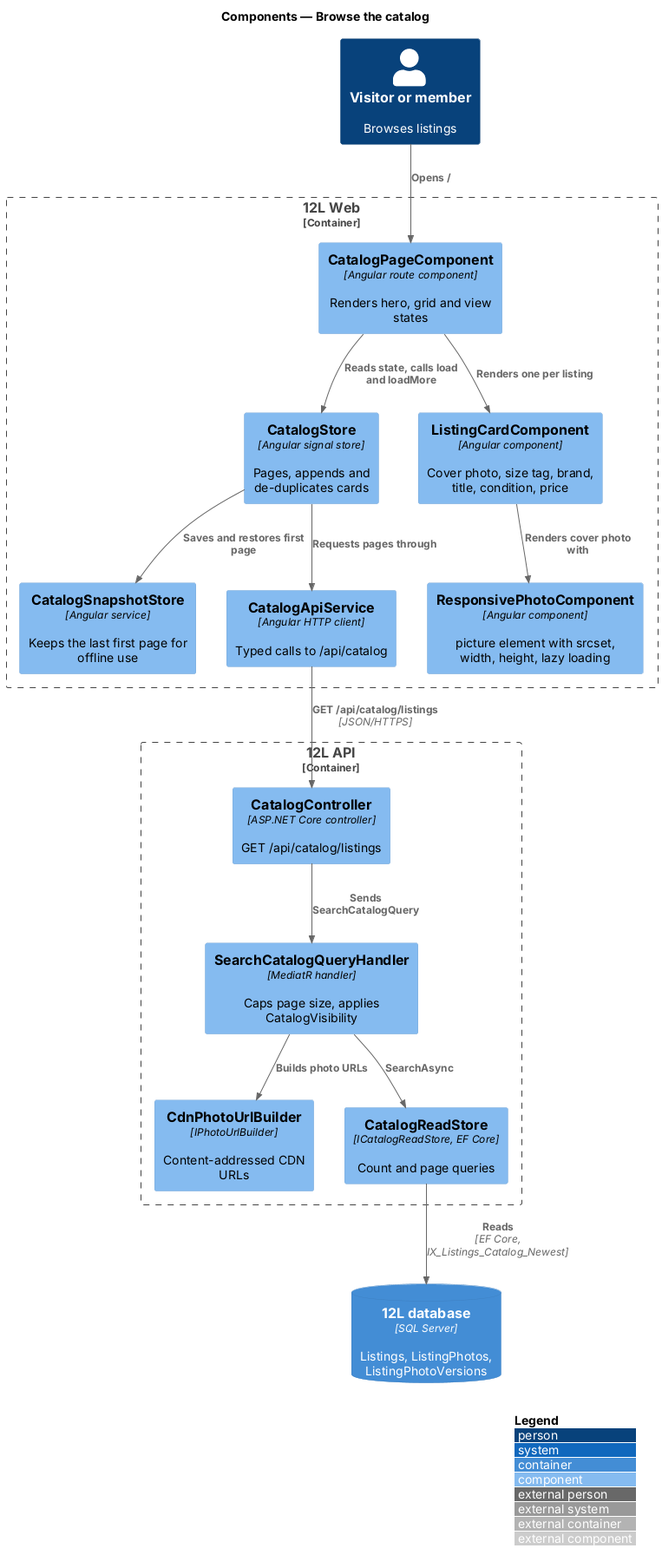
This is docs/detailed-designs/catalog/browse-catalog/diagrams/c4-component.png from QuinntyneBrown/12l, a PlantUML export, as it was before one commit.
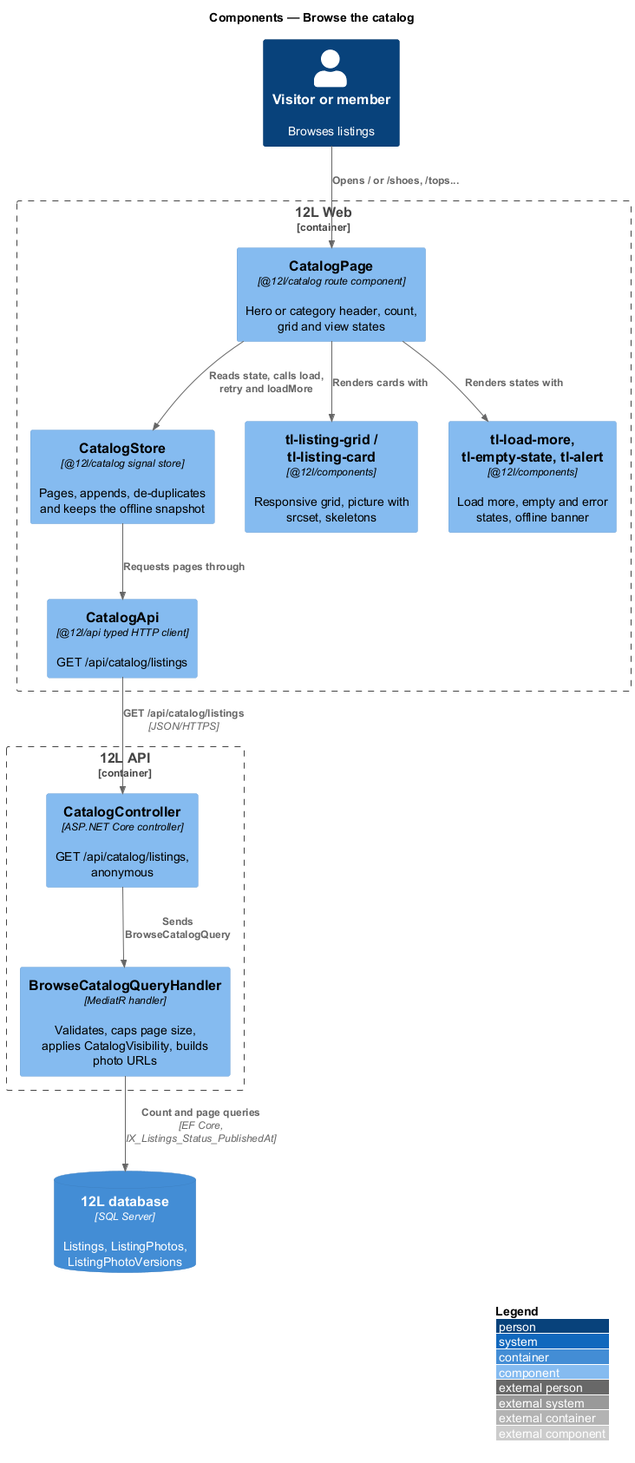
The same file after the commit.

Change to the diagram source:
```diff
@@ -5,30 +5,24 @@
 
 Person(visitor, "Visitor or member", "Browses listings")
 Container_Boundary(web, "12L Web") {
-  Component(page, "CatalogPageComponent", "Angular route component", "Renders hero, grid and view states")
-  Component(store, "CatalogStore", "Angular signal store", "Pages, appends and de-duplicates cards")
-  Component(snap, "CatalogSnapshotStore", "Angular service", "Keeps the last first page for offline use")
-  Component(card, "ListingCardComponent", "Angular component", "Cover photo, size tag, brand, title, condition, price")
-  Component(photo, "ResponsivePhotoComponent", "Angular component", "picture element with srcset, width, height, lazy loading")
-  Component(client, "CatalogApiService", "Angular HTTP client", "Typed calls to /api/catalog")
+  Component(page, "CatalogPage", "@12l/catalog route component", "Hero or category header, count, grid and view states")
+  Component(store, "CatalogStore", "@12l/catalog signal store", "Pages, appends, de-duplicates and keeps the offline snapshot")
+  Component(grid, "tl-listing-grid / tl-listing-card", "@12l/components", "Responsive grid, picture with srcset, skeletons")
+  Component(states, "tl-load-more, tl-empty-state, tl-alert", "@12l/components", "Load more, empty and error states, offline banner")
+  Component(client, "CatalogApi", "@12l/api typed HTTP client", "GET /api/catalog/listings")
 }
 Container_Boundary(api, "12L API") {
-  Component(ctrl, "CatalogController", "ASP.NET Core controller", "GET /api/catalog/listings")
-  Component(handler, "SearchCatalogQueryHandler", "MediatR handler", "Caps page size, applies CatalogVisibility")
-  Component(urls, "CdnPhotoUrlBuilder", "IPhotoUrlBuilder", "Content-addressed CDN URLs")
-  Component(readstore, "CatalogReadStore", "ICatalogReadStore, EF Core", "Count and page queries")
+  Component(ctrl, "CatalogController", "ASP.NET Core controller", "GET /api/catalog/listings, anonymous")
+  Component(handler, "BrowseCatalogQueryHandler", "MediatR handler", "Validates, caps page size, applies CatalogVisibility, builds photo URLs")
 }
 ContainerDb(db, "12L database", "SQL Server", "Listings, ListingPhotos, ListingPhotoVersions")
 
-Rel(visitor, page, "Opens /")
-Rel(page, store, "Reads state, calls load and loadMore")
-Rel(page, card, "Renders one per listing")
-Rel(card, photo, "Renders cover photo with")
+Rel(visitor, page, "Opens / or /shoes, /tops...")
+Rel(page, store, "Reads state, calls load, retry and loadMore")
+Rel(page, grid, "Renders cards with")
+Rel(page, states, "Renders states with")
 Rel(store, client, "Requests pages through")
-Rel(store, snap, "Saves and restores first page")
 Rel(client, ctrl, "GET /api/catalog/listings", "JSON/HTTPS")
-Rel(ctrl, handler, "Sends SearchCatalogQuery")
-Rel(handler, readstore, "SearchAsync")
-Rel(handler, urls, "Builds photo URLs")
-Rel(readstore, db, "Reads", "EF Core, IX_Listings_Catalog_Newest")
+Rel(ctrl, handler, "Sends BrowseCatalogQuery")
+Rel(handler, db, "Count and page queries", "EF Core, IX_Listings_Status_PublishedAt")
 @enduml
```
